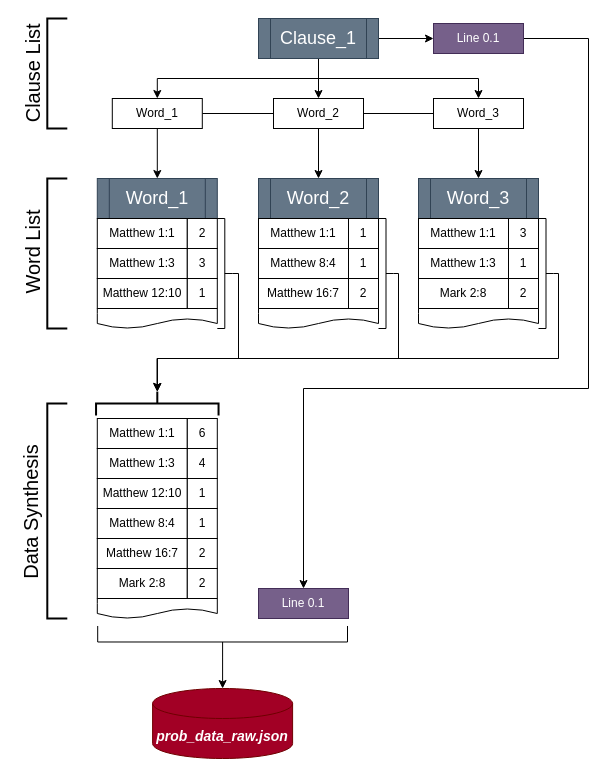
The draw.io diagram media/prob_data_synthesis.drawio in TheJellyDonuts/Scripture-Quotation-Identification, before the edit. Source tidied: cells renumbered, new cells numbered last; positions are measured from the earlier drawing's top-left corner, leaving out a move shared by most shapes. Both pictures are drawn from the tidied source at 100%, with x=0, y=0 at pixel (-79, 18).
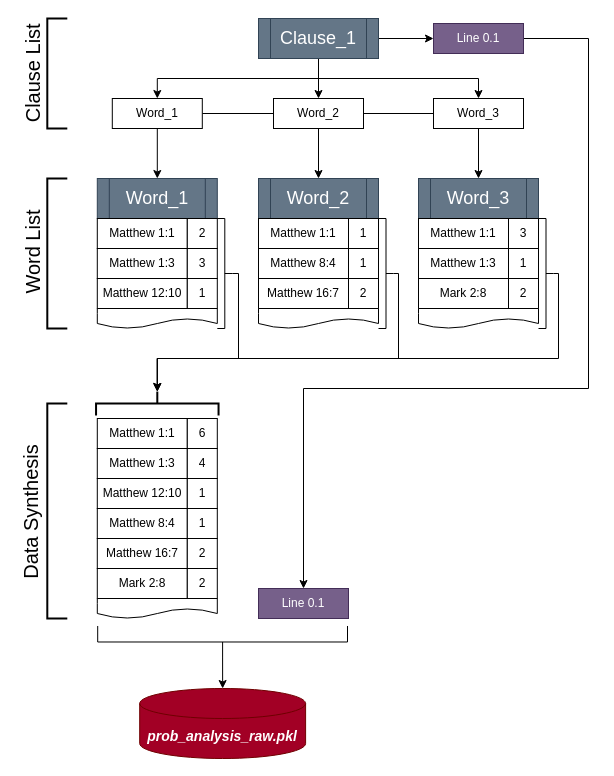
The same diagram, later.

Change to the diagram source:
```diff
@@
-    <mxCell id="70" value="&lt;i&gt;&lt;font style=&quot;font-size: 14px;&quot;&gt;&lt;b&gt;prob_data_raw.json&lt;/b&gt;&lt;/font&gt;&lt;/i&gt;" style="shape=cylinder3;whiteSpace=wrap;html=1;boundedLbl=1;backgroundOutline=1;size=15;fillColor=#a20025;fontColor=#ffffff;strokeColor=#6F0000;" parent="1" vertex="1">
-      <mxGeometry x="231.1" y="670" width="140" height="70" as="geometry" />
+    <mxCell id="70" value="&lt;i&gt;&lt;font style=&quot;font-size: 14px;&quot;&gt;&lt;b&gt;prob_analysis_raw.pkl&lt;/b&gt;&lt;/font&gt;&lt;/i&gt;" style="shape=cylinder3;whiteSpace=wrap;html=1;boundedLbl=1;backgroundOutline=1;size=15;fillColor=#a20025;fontColor=#ffffff;strokeColor=#6F0000;" parent="1" vertex="1">
+      <mxGeometry x="218.2" y="670" width="165.9" height="70" as="geometry" />
     </mxCell>
```
